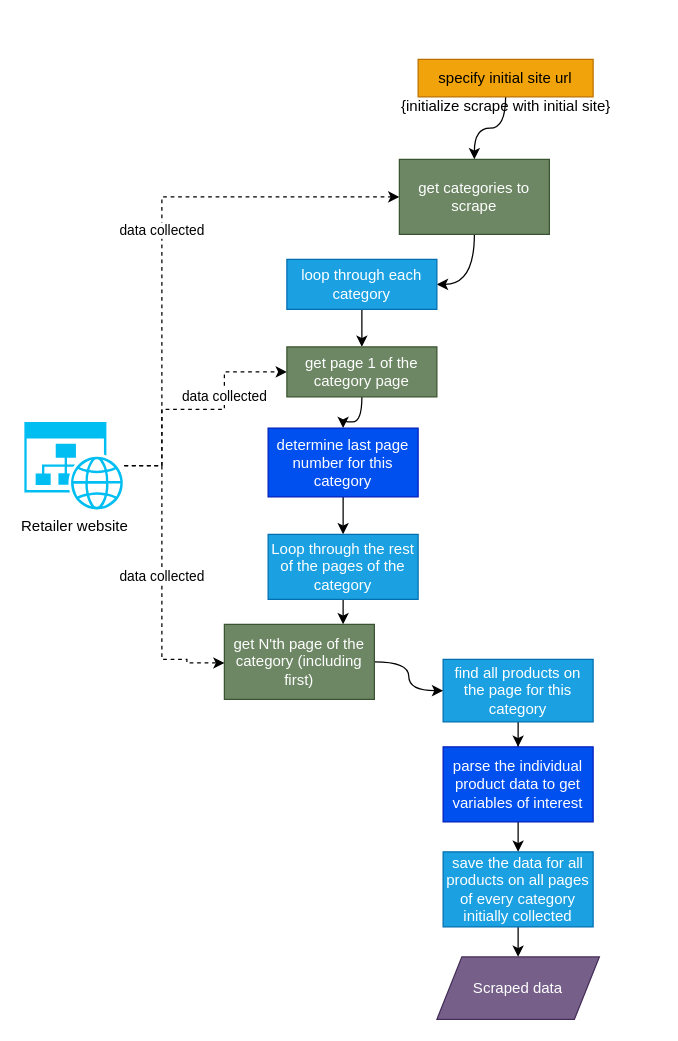
Earlier version of the draw.io diagram docs/images/mapping-the-process-overall.drawio (ESCAP-SD/ESCAP_RAP_class). Source tidied: cells renumbered, new cells numbered last; positions are measured from the earlier drawing's top-left corner, leaving out a move shared by most shapes. Both pictures are drawn from the tidied source at 125%, with x=0, y=0 at pixel (24, 59).
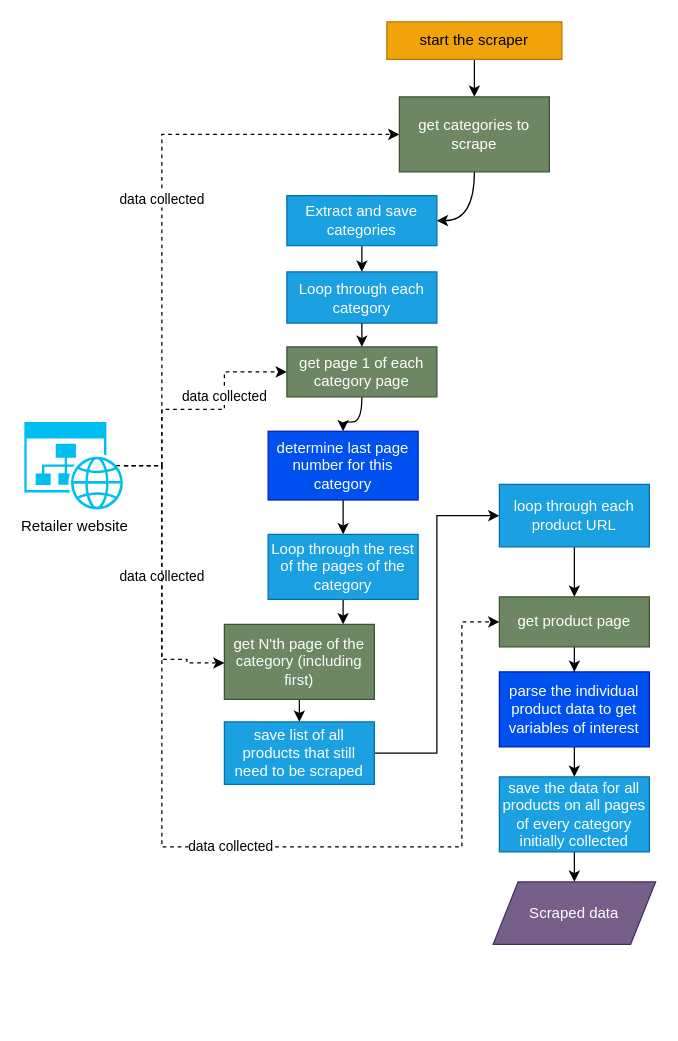
The same diagram, later.

Unchanged cells that the change refers to:
```xml
<mxCell id="4" value="Retailer website" style="verticalLabelPosition=bottom;html=1;verticalAlign=top;align=center;strokeColor=none;fillColor=#00BEF2;shape=mxgraph.azure.website_generic;" parent="1" vertex="1">
  <mxGeometry y="290" width="80" height="70" as="geometry" />
</mxCell>
<mxCell id="26" value="get N'th page of the category (including first)" style="rounded=0;whiteSpace=wrap;html=1;fillColor=#6d8764;fontColor=#ffffff;strokeColor=#3A5431;" parent="1" vertex="1">
  <mxGeometry x="160" y="452" width="120" height="60" as="geometry" />
</mxCell>
```

Diff of the diagram source:
```diff
@@
-    <mxCell id="2" value="data collected" style="edgeStyle=orthogonalEdgeStyle;rounded=0;jettySize=auto;html=1;entryX=0;entryY=0.5;entryDx=0;entryDy=0;dashed=1;" parent="1" edge="1" source="4" target="6">
+    <mxCell id="2" value="data collected" style="edgeStyle=orthogonalEdgeStyle;rounded=0;jettySize=auto;html=1;dashed=1;entryX=0;entryY=0.5;entryDx=0;entryDy=0;" parent="1" edge="1" source="4" target="6">
       <mxGeometry relative="1" as="geometry">
         <Array as="points">
           <mxPoint x="110" y="325" />
-          <mxPoint x="110" y="110" />
+          <mxPoint x="110" y="60" />
+          <mxPoint x="300" y="60" />
         </Array>
       </mxGeometry>
     </mxCell>
@@
     <mxCell id="6" value="get categories to scrape" style="rounded=0;whiteSpace=wrap;html=1;fillColor=#6d8764;fontColor=#ffffff;strokeColor=#3A5431;" parent="1" vertex="1">
-      <mxGeometry x="300" y="80" width="120" height="60" as="geometry" />
+      <mxGeometry x="300" y="30" width="120" height="60" as="geometry" />
     </mxCell>
-    <mxCell id="7" style="edgeStyle=orthogonalEdgeStyle;rounded=0;jettySize=auto;html=1;curved=1;" parent="1" edge="1" source="8" target="10">
+    <mxCell id="7" style="edgeStyle=orthogonalEdgeStyle;rounded=0;jettySize=auto;html=1;curved=1;exitX=0.5;exitY=1;exitDx=0;exitDy=0;" parent="1" edge="1" source="8" target="29">
       <mxGeometry relative="1" as="geometry" />
     </mxCell>
-    <mxCell id="8" value="loop through each category" style="rounded=0;whiteSpace=wrap;html=1;fillColor=#1ba1e2;fontColor=#ffffff;strokeColor=#006EAF;" parent="1" vertex="1">
-      <mxGeometry x="210" y="160" width="120" height="40" as="geometry" />
+    <mxCell id="8" value="Extract and save categories" style="rounded=0;whiteSpace=wrap;html=1;fillColor=#1ba1e2;fontColor=#ffffff;strokeColor=#006EAF;" parent="1" vertex="1">
+      <mxGeometry x="210" y="109" width="120" height="40" as="geometry" />
     </mxCell>
@@
-    <mxCell id="10" value="get page 1 of the category page" style="rounded=0;whiteSpace=wrap;html=1;fillColor=#6d8764;fontColor=#ffffff;strokeColor=#3A5431;" parent="1" vertex="1">
+    <mxCell id="10" value="get page 1 of each category page" style="rounded=0;whiteSpace=wrap;html=1;fillColor=#6d8764;fontColor=#ffffff;strokeColor=#3A5431;" parent="1" vertex="1">
       <mxGeometry x="210" y="230" width="120" height="40" as="geometry" />
     </mxCell>
-    <mxCell id="11" style="edgeStyle=orthogonalEdgeStyle;rounded=0;jettySize=auto;html=1;entryX=0.5;entryY=0;entryDx=0;entryDy=0;" parent="1" edge="1" source="12" target="14">
-      <mxGeometry relative="1" as="geometry" />
-    </mxCell>
+    <mxCell id="28" style="edgeStyle=orthogonalEdgeStyle;rounded=0;jettySize=auto;html=1;entryX=0;entryY=0.5;entryDx=0;entryDy=0;" parent="1" edge="1" source="12" target="32">
+      <mxGeometry relative="1" as="geometry" />
+    </mxCell>
-    <mxCell id="12" value="find all products on the page for this category" style="rounded=0;whiteSpace=wrap;html=1;fillColor=#1ba1e2;fontColor=#ffffff;strokeColor=#006EAF;" parent="1" vertex="1">
-      <mxGeometry x="335" y="480" width="120" height="50" as="geometry" />
+    <mxCell id="12" value="save list of all products that still need to be scraped" style="rounded=0;whiteSpace=wrap;html=1;fillColor=#1ba1e2;fontColor=#ffffff;strokeColor=#006EAF;" parent="1" vertex="1">
+      <mxGeometry x="160" y="530" width="120" height="50" as="geometry" />
     </mxCell>
@@
     <mxCell id="14" value="parse the individual product data to get variables of interest" style="rounded=0;whiteSpace=wrap;html=1;fillColor=#0050ef;fontColor=#ffffff;strokeColor=#001DBC;" parent="1" vertex="1">
-      <mxGeometry x="335" y="550" width="120" height="60" as="geometry" />
+      <mxGeometry x="380" y="490" width="120" height="60" as="geometry" />
     </mxCell>
@@
     <mxCell id="16" value="save the data for all products on all pages of every category initially collected" style="rounded=0;whiteSpace=wrap;html=1;fillColor=#1ba1e2;fontColor=#ffffff;strokeColor=#006EAF;" parent="1" vertex="1">
-      <mxGeometry x="335" y="634" width="120" height="60" as="geometry" />
+      <mxGeometry x="380" y="574" width="120" height="60" as="geometry" />
     </mxCell>
@@
-    <mxCell id="18" value="specify initial site url" style="html=1;align=center;verticalAlign=middle;rounded=0;absoluteArcSize=1;arcSize=10;dashed=0;whiteSpace=wrap;fillColor=#f0a30a;fontColor=#000000;strokeColor=#BD7000;" parent="1" vertex="1">
-      <mxGeometry x="315" width="140" height="30" as="geometry" />
+    <mxCell id="18" value="start the scraper" style="html=1;align=center;verticalAlign=middle;rounded=0;absoluteArcSize=1;arcSize=10;dashed=0;whiteSpace=wrap;fillColor=#f0a30a;fontColor=#000000;strokeColor=#BD7000;" parent="1" vertex="1">
+      <mxGeometry x="290" y="-30" width="140" height="30" as="geometry" />
     </mxCell>
-    <mxCell id="19" value="{initialize scrape with initial site}" style="text;verticalAlign=middle;align=center;html=1;" parent="18" vertex="1">
-      <mxGeometry y="30" width="140" height="15" as="geometry" />
-    </mxCell>
     <mxCell id="20" value="Scraped data" style="shape=parallelogram;perimeter=parallelogramPerimeter;whiteSpace=wrap;html=1;fixedSize=1;fillColor=#76608a;fontColor=#ffffff;strokeColor=#432D57;" parent="1" vertex="1">
-      <mxGeometry x="330" y="718" width="130" height="50" as="geometry" />
+      <mxGeometry x="375" y="658" width="130" height="50" as="geometry" />
     </mxCell>
@@
     <mxCell id="22" value="determine last page number for this category" style="rounded=0;whiteSpace=wrap;html=1;fillColor=#0050ef;fontColor=#ffffff;strokeColor=#001DBC;" parent="1" vertex="1">
-      <mxGeometry x="195" y="295" width="120" height="55" as="geometry" />
+      <mxGeometry x="195" y="297.5" width="120" height="55" as="geometry" />
     </mxCell>
@@
-    <mxCell id="25" style="edgeStyle=orthogonalEdgeStyle;rounded=0;jettySize=auto;html=1;curved=1;" parent="1" edge="1" source="26" target="12">
+    <mxCell id="25" style="edgeStyle=orthogonalEdgeStyle;rounded=0;jettySize=auto;html=1;curved=1;entryX=0.5;entryY=0;entryDx=0;entryDy=0;" parent="1" edge="1" source="26" target="12">
       <mxGeometry relative="1" as="geometry" />
     </mxCell>
@@
+    <mxCell id="29" value="Loop through each category" style="rounded=0;whiteSpace=wrap;html=1;fillColor=#1ba1e2;fontColor=#ffffff;strokeColor=#006EAF;" parent="1" vertex="1">
+      <mxGeometry x="210" y="170" width="120" height="41" as="geometry" />
+    </mxCell>
+    <mxCell id="30" style="edgeStyle=orthogonalEdgeStyle;rounded=0;jettySize=auto;html=1;curved=1;exitX=0.5;exitY=1;exitDx=0;exitDy=0;" parent="1" edge="1" source="29" target="10">
+      <mxGeometry relative="1" as="geometry" />
+    </mxCell>
+    <mxCell id="31" style="edgeStyle=orthogonalEdgeStyle;rounded=0;jettySize=auto;html=1;" parent="1" edge="1" source="32" target="34">
+      <mxGeometry relative="1" as="geometry" />
+    </mxCell>
+    <mxCell id="32" value="loop through each product URL" style="rounded=0;whiteSpace=wrap;html=1;fillColor=#1ba1e2;fontColor=#ffffff;strokeColor=#006EAF;" parent="1" vertex="1">
+      <mxGeometry x="380" y="340" width="120" height="50" as="geometry" />
+    </mxCell>
+    <mxCell id="33" style="edgeStyle=orthogonalEdgeStyle;rounded=0;jettySize=auto;html=1;" parent="1" edge="1" source="34" target="14">
+      <mxGeometry relative="1" as="geometry" />
+    </mxCell>
+    <mxCell id="34" value="get product page" style="rounded=0;whiteSpace=wrap;html=1;fillColor=#6d8764;fontColor=#ffffff;strokeColor=#3A5431;" parent="1" vertex="1">
+      <mxGeometry x="380" y="430" width="120" height="40" as="geometry" />
+    </mxCell>
+    <mxCell id="35" value="data collected" style="edgeStyle=orthogonalEdgeStyle;rounded=0;jettySize=auto;html=1;dashed=1;entryX=0;entryY=0.5;entryDx=0;entryDy=0;exitX=0.92;exitY=0.5;exitDx=0;exitDy=0;exitPerimeter=0;" parent="1" edge="1" source="4" target="34">
+      <mxGeometry relative="1" as="geometry">
+        <Array as="points">
+          <mxPoint x="110" y="325" />
+          <mxPoint x="110" y="630" />
+          <mxPoint x="350" y="630" />
+          <mxPoint x="350" y="450" />
+        </Array>
+      </mxGeometry>
+    </mxCell>
```
